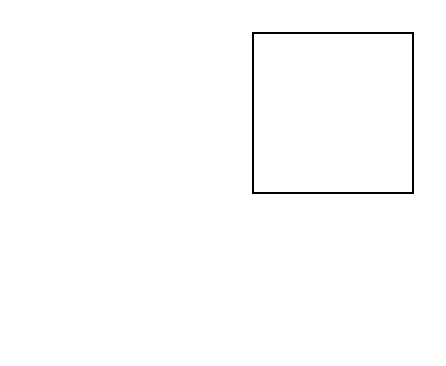
Before: testDiagram.drawio in episphere/doc, a draw.io diagram. Source tidied: cells renumbered, new cells numbered last; positions are measured from the earlier drawing's top-left corner, leaving out a move shared by most shapes. Both pictures are drawn from the tidied source at 200%, with x=0, y=0 at pixel (252, 32).
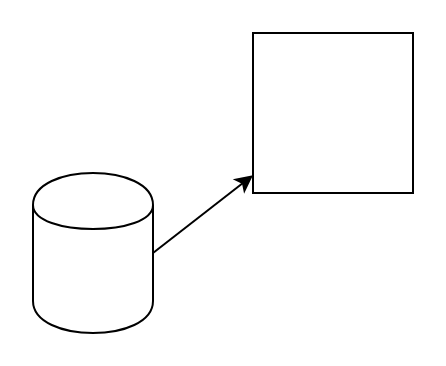
The same page after the edit.

Diff of the diagram source:
```diff
@@
 <mxGraphModel>
   <root>
     <mxCell id="0" />
     <mxCell id="1" parent="0" />
     <mxCell id="2" style="whiteSpace=wrap;html=1;" parent="1" vertex="1">
       <mxGeometry width="80" height="80" as="geometry" />
     </mxCell>
+    <mxCell id="3" style="shape=cylinder;whiteSpace=wrap;html=1;boundedLbl=1;backgroundOutline=1;" parent="1" vertex="1">
+      <mxGeometry x="-110" y="70" width="60" height="80" as="geometry" />
+    </mxCell>
+    <mxCell id="4" style="endArrow=classic;html=1;exitX=1;exitY=0.5;exitDx=0;exitDy=0;" parent="1" edge="1" source="3" target="2">
+      <mxGeometry relative="1" as="geometry" />
+    </mxCell>
   </root>
 </mxGraphModel>
```
